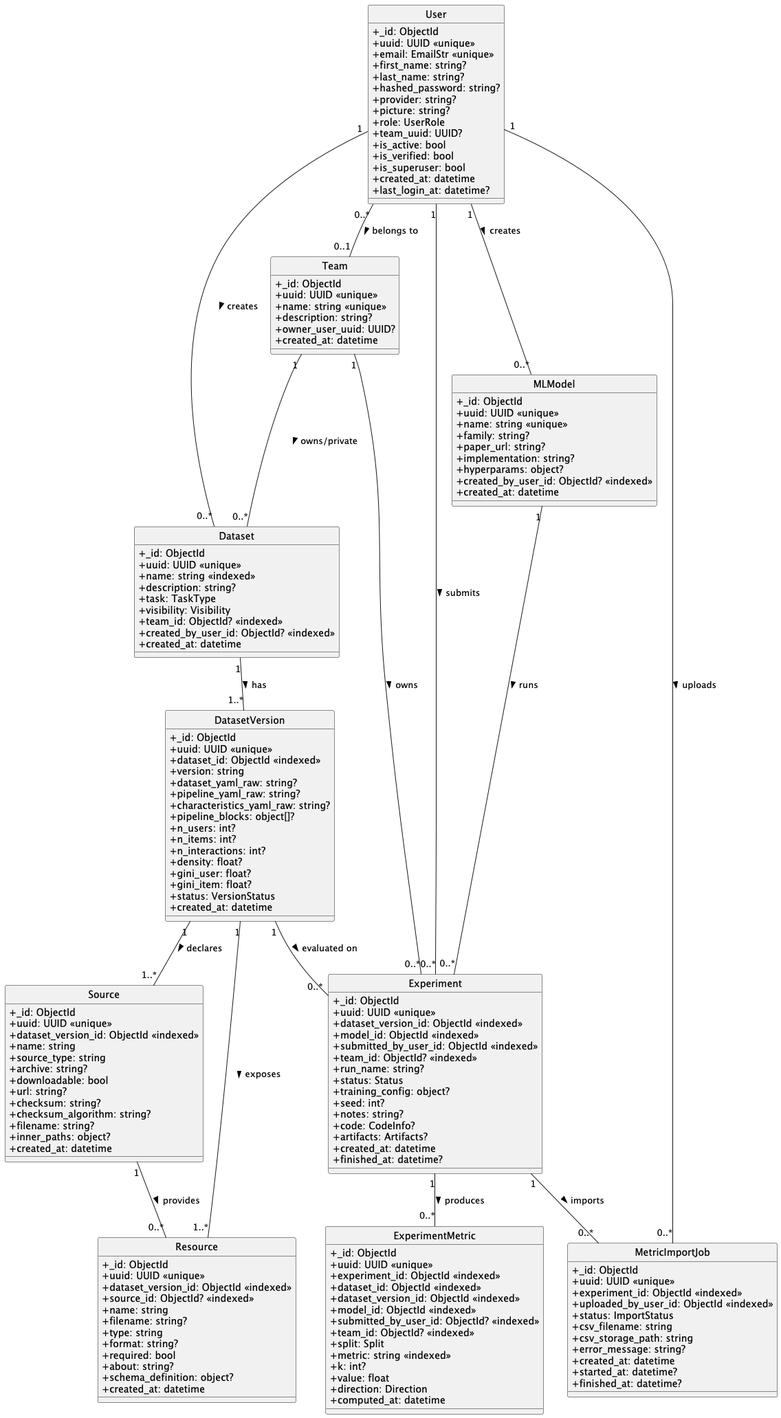
Earlier version of the PlantUML export docs/backend/domain_model.png (Baraff24/polibench).
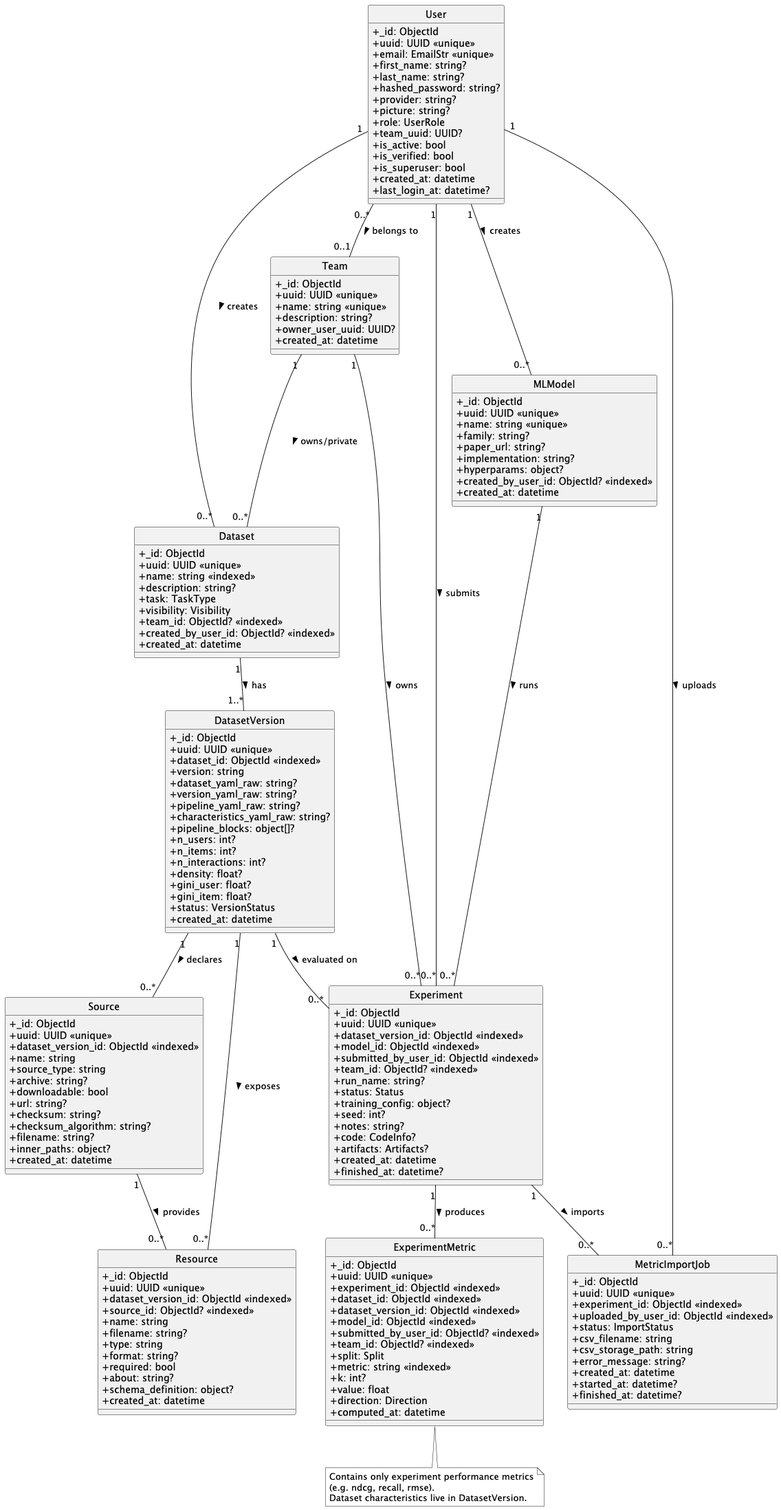
The same file after the commit.

Diff of the diagram source:
```diff
@@ -48,6 +48,7 @@
   +dataset_id: ObjectId <<indexed>>
   +version: string
   +dataset_yaml_raw: string?
+  +version_yaml_raw: string?
   +pipeline_yaml_raw: string?
   +characteristics_yaml_raw: string?
   +pipeline_blocks: object[]?
@@ -163,8 +164,8 @@
 Team "1" -- "0..*" Experiment : owns >
 
 Dataset "1" -- "1..*" DatasetVersion : has >
-DatasetVersion "1" -- "1..*" Source : declares >
-DatasetVersion "1" -- "1..*" Resource : exposes >
+DatasetVersion "1" -- "0..*" Source : declares >
+DatasetVersion "1" -- "0..*" Resource : exposes >
 
 DatasetVersion "1" -- "0..*" Experiment : evaluated on >
 MLModel "1" -- "0..*" Experiment : runs >
@@ -172,4 +173,10 @@
 Experiment "1" -- "0..*" ExperimentMetric : produces >
 
 Source "1" -- "0..*" Resource : provides >
+
+note bottom of ExperimentMetric
+Contains only experiment performance metrics
+(e.g. ndcg, recall, rmse).
+Dataset characteristics live in DatasetVersion.
+end note
 @enduml
```
